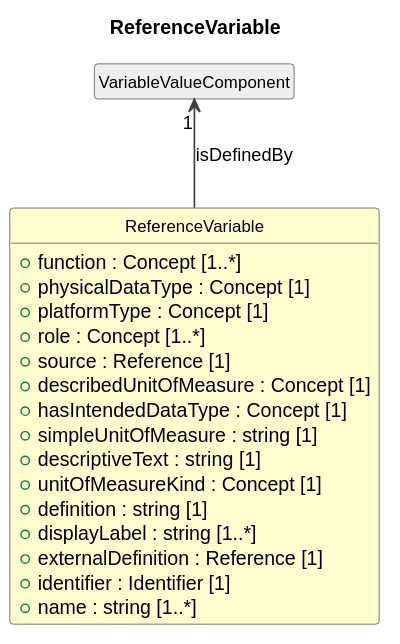
Earlier version of the PlantUML export cdif-uml-model/CDIFDataStructure/Classes/ReferenceVariable.svg (Cross-Domain-Interoperability-Framework/metadataBuildingBlocks).
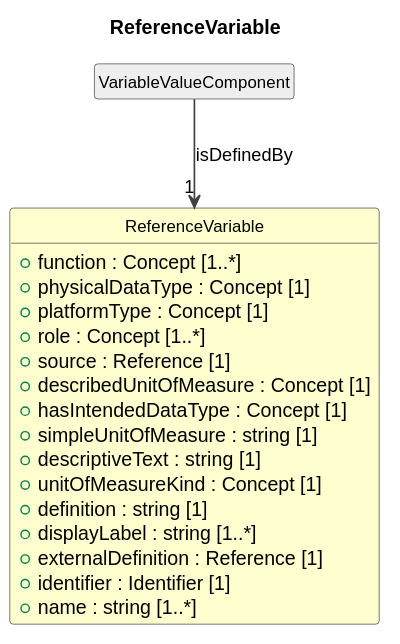
After the commit.

Diff of the diagram source:
```diff
@@ -28,5 +28,5 @@
   +name : string [1..*]
 }
 class "VariableValueComponent" as VariableValueComponent #EEEEEE
-VariableValueComponent "1" <-- ReferenceVariable : isDefinedBy
+VariableValueComponent --> "1" ReferenceVariable : isDefinedBy
 @enduml
```
